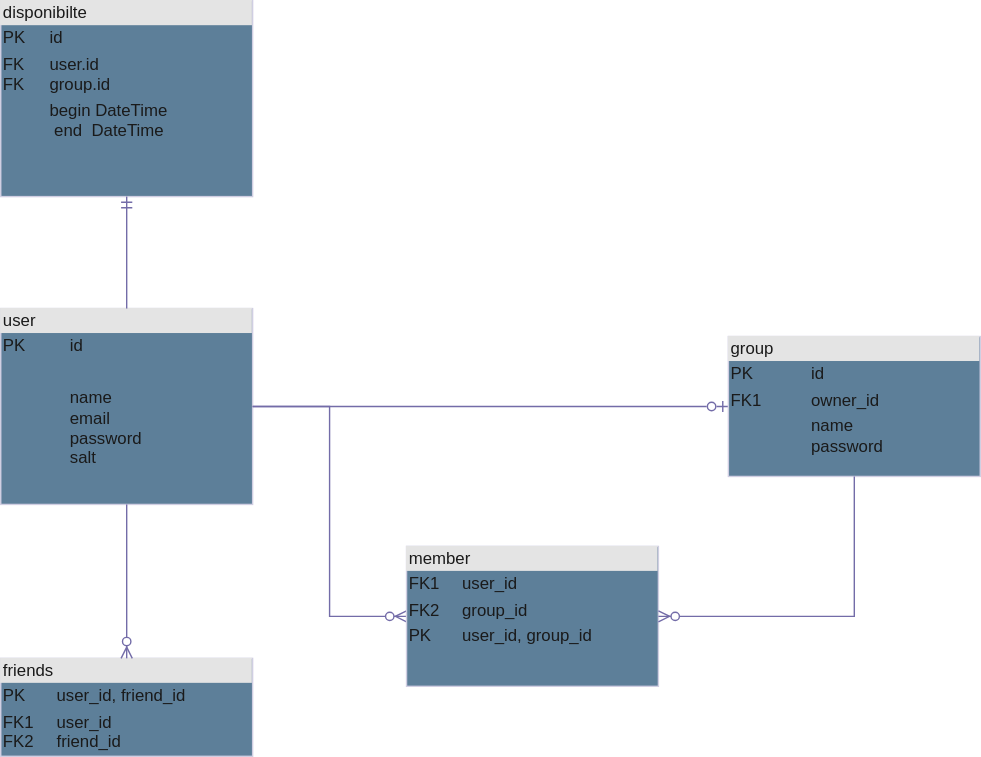
Above: diagrams/MRD.drawio.svg in coffee-only/CalendarProject (draw.io), before the change. Source tidied: cells renumbered, new cells last; positions are measured from the earlier drawing's top-left corner, leaving out a move shared by most shapes.
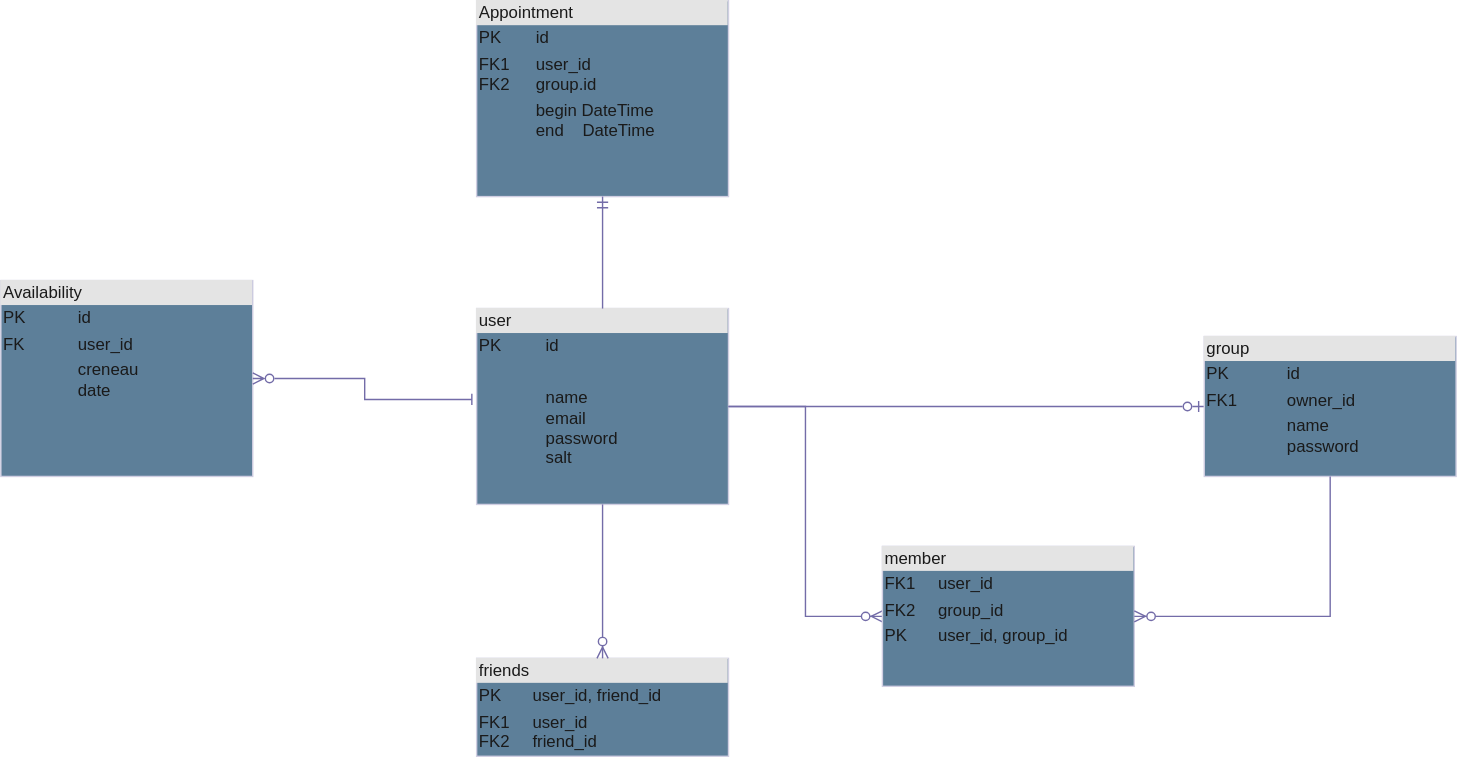
The same file after the commit.

Commit message:
Mettre à jour MRD.drawio.svg

Diff of the diagram source:
```diff
@@ -23,7 +23,7 @@
     <mxCell id="8" value="&lt;div style=&quot;box-sizing: border-box; width: 100%; background: rgb(228, 228, 228); padding: 2px;&quot;&gt;member&lt;/div&gt;&lt;table style=&quot;width:100%;font-size:1em;&quot; cellpadding=&quot;2&quot; cellspacing=&quot;0&quot;&gt;&lt;tbody&gt;&lt;tr&gt;&lt;td&gt;FK1&lt;/td&gt;&lt;td&gt;user_id&lt;/td&gt;&lt;/tr&gt;&lt;tr&gt;&lt;td&gt;FK2&lt;/td&gt;&lt;td&gt;group_id&lt;/td&gt;&lt;/tr&gt;&lt;tr&gt;&lt;td&gt;PK&lt;/td&gt;&lt;td&gt;user_id, group_id&lt;/td&gt;&lt;/tr&gt;&lt;/tbody&gt;&lt;/table&gt;" style="verticalAlign=top;align=left;overflow=fill;html=1;whiteSpace=wrap;labelBackgroundColor=none;fillColor=#5D7F99;strokeColor=#D0CEE2;fontColor=#1A1A1A;" parent="1" vertex="1">
       <mxGeometry x="290" y="390" width="180" height="100" as="geometry" />
     </mxCell>
-    <mxCell id="9" value="&lt;div style=&quot;box-sizing: border-box; width: 100%; background: rgb(228, 228, 228); padding: 2px;&quot;&gt;disponibilte&lt;/div&gt;&lt;table style=&quot;width:100%;font-size:1em;&quot; cellpadding=&quot;2&quot; cellspacing=&quot;0&quot;&gt;&lt;tbody&gt;&lt;tr&gt;&lt;td&gt;PK&lt;/td&gt;&lt;td&gt;id&lt;/td&gt;&lt;/tr&gt;&lt;tr&gt;&lt;td&gt;FK&lt;br&gt;FK&lt;/td&gt;&lt;td&gt;user.id&lt;br&gt;group.id&lt;/td&gt;&lt;/tr&gt;&lt;tr&gt;&lt;td&gt;&lt;br&gt;&lt;/td&gt;&lt;td&gt;begin DateTime&lt;br&gt;&amp;nbsp;end&amp;nbsp; DateTime&lt;br&gt;&lt;br&gt;&lt;/td&gt;&lt;/tr&gt;&lt;/tbody&gt;&lt;/table&gt;" style="verticalAlign=top;align=left;overflow=fill;html=1;whiteSpace=wrap;labelBackgroundColor=none;fillColor=#5D7F99;strokeColor=#D0CEE2;fontColor=#1A1A1A;" parent="1" vertex="1">
+    <mxCell id="9" value="&lt;div style=&quot;box-sizing: border-box; width: 100%; background: rgb(228, 228, 228); padding: 2px;&quot;&gt;Appointment&lt;/div&gt;&lt;table style=&quot;width:100%;font-size:1em;&quot; cellpadding=&quot;2&quot; cellspacing=&quot;0&quot;&gt;&lt;tbody&gt;&lt;tr&gt;&lt;td&gt;PK&lt;/td&gt;&lt;td&gt;id&lt;/td&gt;&lt;/tr&gt;&lt;tr&gt;&lt;td&gt;FK1&lt;br&gt;FK2&lt;/td&gt;&lt;td&gt;user_id&lt;br&gt;group.id&lt;/td&gt;&lt;/tr&gt;&lt;tr&gt;&lt;td&gt;&lt;br&gt;&lt;/td&gt;&lt;td&gt;begin DateTime&lt;br&gt;end&amp;nbsp; &amp;nbsp; DateTime&lt;br&gt;&lt;br&gt;&lt;/td&gt;&lt;/tr&gt;&lt;/tbody&gt;&lt;/table&gt;" style="verticalAlign=top;align=left;overflow=fill;html=1;whiteSpace=wrap;labelBackgroundColor=none;fillColor=#5D7F99;strokeColor=#D0CEE2;fontColor=#1A1A1A;" parent="1" vertex="1">
       <mxGeometry width="180" height="140" as="geometry" />
     </mxCell>
     <mxCell id="10" style="fontSize=12;html=1;endArrow=ERmandOne;rounded=0;exitX=0.5;exitY=0;exitDx=0;exitDy=0;entryX=0.5;entryY=1;entryDx=0;entryDy=0;labelBackgroundColor=none;strokeColor=#736CA8;fontColor=default;" parent="1" edge="1" source="2" target="9">
@@ -32,5 +32,11 @@
     <mxCell id="11" style="fontSize=12;html=1;endArrow=ERzeroToMany;endFill=1;rounded=0;exitX=0.5;exitY=1;exitDx=0;exitDy=0;entryX=1;entryY=0.5;entryDx=0;entryDy=0;edgeStyle=orthogonalEdgeStyle;labelBackgroundColor=none;strokeColor=#736CA8;fontColor=default;" parent="1" edge="1" source="6" target="8">
       <mxGeometry relative="1" as="geometry" />
     </mxCell>
+    <mxCell id="12" value="&lt;div style=&quot;box-sizing: border-box; width: 100%; background: rgb(228, 228, 228); padding: 2px;&quot;&gt;Availability&lt;/div&gt;&lt;table style=&quot;width:100%;font-size:1em;&quot; cellpadding=&quot;2&quot; cellspacing=&quot;0&quot;&gt;&lt;tbody&gt;&lt;tr&gt;&lt;td&gt;PK&lt;/td&gt;&lt;td&gt;id&lt;/td&gt;&lt;/tr&gt;&lt;tr&gt;&lt;td&gt;FK&lt;br&gt;&lt;/td&gt;&lt;td&gt;user_id&lt;br&gt;&lt;/td&gt;&lt;/tr&gt;&lt;tr&gt;&lt;td&gt;&lt;br&gt;&lt;/td&gt;&lt;td&gt;creneau&lt;br&gt;date&lt;br&gt;&lt;br&gt;&lt;/td&gt;&lt;/tr&gt;&lt;/tbody&gt;&lt;/table&gt;" style="verticalAlign=top;align=left;overflow=fill;html=1;whiteSpace=wrap;labelBackgroundColor=none;fillColor=#5D7F99;strokeColor=#D0CEE2;fontColor=#1A1A1A;" parent="1" vertex="1">
+      <mxGeometry x="-340" y="200" width="180" height="140" as="geometry" />
+    </mxCell>
+    <mxCell id="13" style="edgeStyle=orthogonalEdgeStyle;rounded=0;jettySize=auto;html=1;exitX=1;exitY=0.5;exitDx=0;exitDy=0;entryX=-0.019;entryY=0.464;entryDx=0;entryDy=0;entryPerimeter=0;strokeColor=#736CA8;fontColor=#1A1A1A;endArrow=baseDash;endFill=0;startArrow=ERzeroToMany;startFill=0;" parent="1" edge="1" source="12" target="2">
+      <mxGeometry relative="1" as="geometry" />
+    </mxCell>
   </root>
 </mxGraphModel>
```
